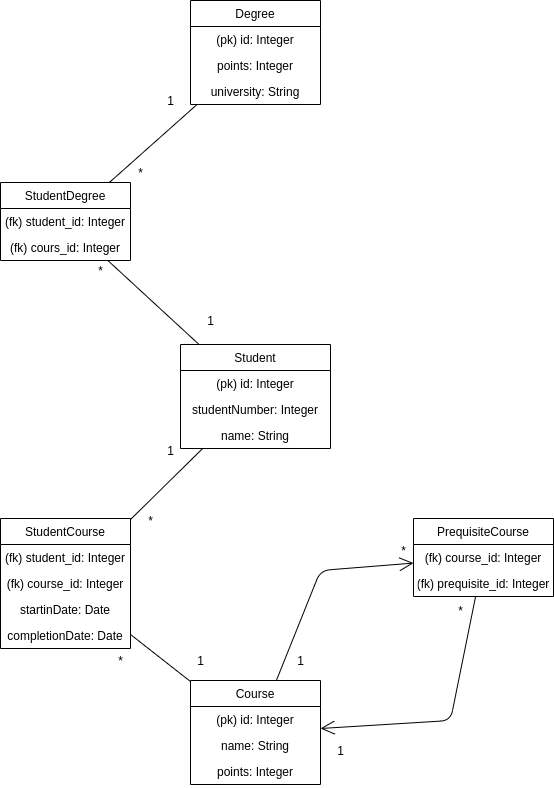
The draw.io diagram documentation/csgo_tietokantakaavio.png in akirataguchi115/csgo, before a commit. Source tidied: cells renumbered, new cells last; positions are measured from the earlier drawing's top-left corner, leaving out a move shared by most shapes.
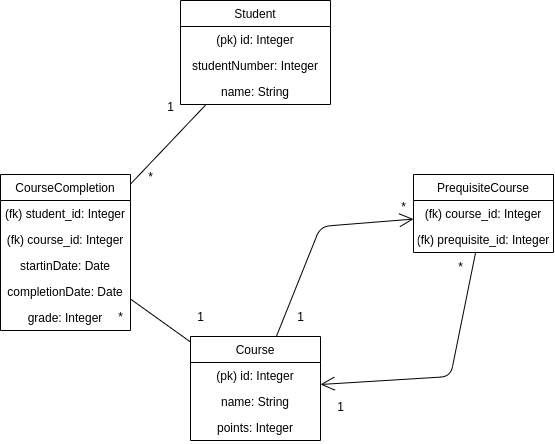
After the change.

Commit message:
deleted Degree from database diagram

Change to the diagram source:
```diff
@@ -23,8 +23,8 @@
     <mxCell id="8" value="(fk) prequisite_id: Integer" style="text;strokeColor=none;fillColor=none;align=center;verticalAlign=top;spacingLeft=4;spacingRight=4;overflow=hidden;" parent="6" vertex="1">
       <mxGeometry y="52" width="140" height="26" as="geometry" />
     </mxCell>
-    <mxCell id="9" value="StudentCourse" style="swimlane;fontStyle=0;horizontal=1;startSize=26;fillColor=none;" parent="1" vertex="1">
-      <mxGeometry y="518" width="130" height="130" as="geometry" />
+    <mxCell id="9" value="CourseCompletion" style="swimlane;fontStyle=0;horizontal=1;startSize=26;fillColor=none;" parent="1" vertex="1">
+      <mxGeometry y="518" width="130" height="156" as="geometry" />
     </mxCell>
     <mxCell id="10" value="(fk) student_id: Integer" style="text;strokeColor=none;fillColor=none;align=center;verticalAlign=top;spacingLeft=4;spacingRight=4;overflow=hidden;" parent="9" vertex="1">
       <mxGeometry y="26" width="130" height="26" as="geometry" />
@@ -38,6 +38,9 @@
     <mxCell id="13" value="completionDate: Date" style="text;strokeColor=none;fillColor=none;align=center;verticalAlign=top;spacingLeft=4;spacingRight=4;overflow=hidden;" parent="9" vertex="1">
       <mxGeometry y="104" width="130" height="26" as="geometry" />
     </mxCell>
+    <mxCell id="43" value="grade: Integer" style="text;strokeColor=none;fillColor=none;align=center;verticalAlign=top;spacingLeft=4;spacingRight=4;overflow=hidden;" parent="9" vertex="1">
+      <mxGeometry y="130" width="130" height="26" as="geometry" />
+    </mxCell>
     <mxCell id="14" value="Student" style="swimlane;fontStyle=0;horizontal=1;startSize=26;fillColor=none;" parent="1" vertex="1">
       <mxGeometry x="180" y="344" width="150" height="104" as="geometry" />
     </mxCell>
@@ -50,51 +53,12 @@
     <mxCell id="17" value="name: String" style="text;strokeColor=none;fillColor=none;align=center;verticalAlign=top;spacingLeft=4;spacingRight=4;overflow=hidden;" parent="14" vertex="1">
       <mxGeometry y="78" width="150" height="26" as="geometry" />
     </mxCell>
-    <mxCell id="18" value="Degree" style="swimlane;fontStyle=0;horizontal=1;startSize=26;fillColor=none;" parent="1" vertex="1">
-      <mxGeometry x="190" width="130" height="104" as="geometry" />
-    </mxCell>
-    <mxCell id="19" value="(pk) id: Integer" style="text;strokeColor=none;fillColor=none;align=center;verticalAlign=top;spacingLeft=4;spacingRight=4;overflow=hidden;" parent="18" vertex="1">
-      <mxGeometry y="26" width="130" height="26" as="geometry" />
-    </mxCell>
-    <mxCell id="20" value="points: Integer" style="text;strokeColor=none;fillColor=none;align=center;verticalAlign=top;spacingLeft=4;spacingRight=4;overflow=hidden;" parent="18" vertex="1">
-      <mxGeometry y="52" width="130" height="26" as="geometry" />
-    </mxCell>
-    <mxCell id="21" value="university: String" style="text;strokeColor=none;fillColor=none;align=center;verticalAlign=top;spacingLeft=4;spacingRight=4;overflow=hidden;" parent="18" vertex="1">
-      <mxGeometry y="78" width="130" height="26" as="geometry" />
-    </mxCell>
-    <mxCell id="22" value="StudentDegree" style="swimlane;fontStyle=0;horizontal=1;startSize=26;fillColor=none;" parent="1" vertex="1">
-      <mxGeometry y="182" width="130" height="78" as="geometry" />
-    </mxCell>
-    <mxCell id="23" value="(fk) student_id: Integer" style="text;strokeColor=none;fillColor=none;align=center;verticalAlign=top;spacingLeft=4;spacingRight=4;overflow=hidden;" parent="22" vertex="1">
-      <mxGeometry y="26" width="130" height="26" as="geometry" />
-    </mxCell>
-    <mxCell id="24" value="(fk) cours_id: Integer" style="text;strokeColor=none;fillColor=none;align=center;verticalAlign=top;spacingLeft=4;spacingRight=4;overflow=hidden;" parent="22" vertex="1">
-      <mxGeometry y="52" width="130" height="26" as="geometry" />
-    </mxCell>
-    <mxCell id="25" style="endArrow=none;html=1;" parent="1" edge="1" source="22" target="18">
-      <mxGeometry relative="1" as="geometry" />
-    </mxCell>
-    <mxCell id="26" style="endArrow=none;html=1;" parent="1" edge="1" source="14" target="22">
-      <mxGeometry relative="1" as="geometry" />
-    </mxCell>
     <mxCell id="27" style="endArrow=none;html=1;" parent="1" edge="1" source="9" target="14">
       <mxGeometry relative="1" as="geometry" />
     </mxCell>
     <mxCell id="28" style="endArrow=none;html=1;" parent="1" edge="1" source="2" target="9">
       <mxGeometry relative="1" as="geometry" />
     </mxCell>
-    <mxCell id="29" value="1" style="text;html=1;align=center;verticalAlign=middle;" parent="1" vertex="1">
-      <mxGeometry x="160" y="90" width="20" height="20" as="geometry" />
-    </mxCell>
-    <mxCell id="30" value="*" style="text;html=1;align=center;verticalAlign=middle;" parent="1" vertex="1">
-      <mxGeometry x="130" y="162" width="20" height="20" as="geometry" />
-    </mxCell>
-    <mxCell id="31" value="1" style="text;html=1;align=center;verticalAlign=middle;" parent="1" vertex="1">
-      <mxGeometry x="200" y="310" width="20" height="20" as="geometry" />
-    </mxCell>
-    <mxCell id="32" value="*" style="text;html=1;align=center;verticalAlign=middle;" parent="1" vertex="1">
-      <mxGeometry x="90" y="260" width="20" height="20" as="geometry" />
-    </mxCell>
     <mxCell id="33" value="*" style="text;html=1;align=center;verticalAlign=middle;" parent="1" vertex="1">
       <mxGeometry x="140" y="510" width="20" height="20" as="geometry" />
     </mxCell>
```
